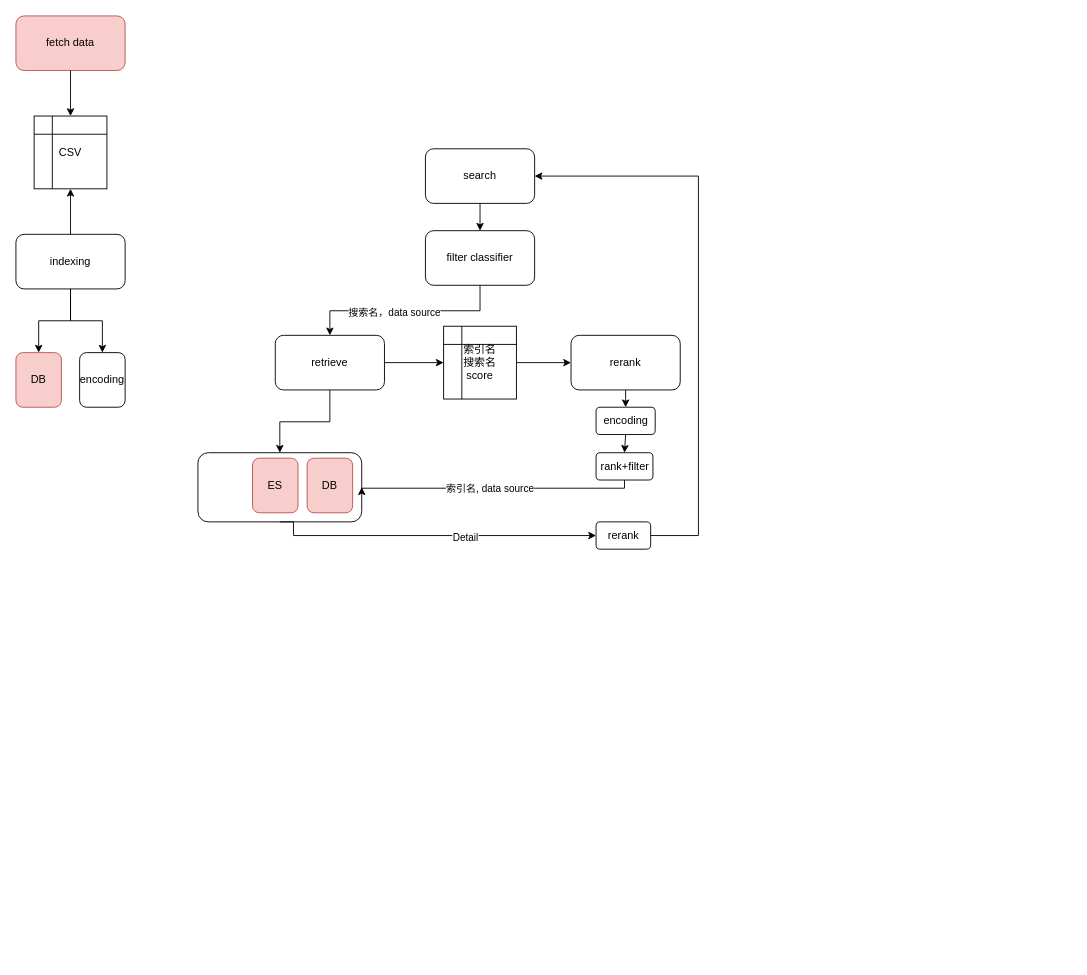
Before: page "Page-1" (1 of 5) of 对码架构.drawio in XiaoLiuAI/diagrams, a draw.io diagram. Source tidied: cells renumbered, new cells numbered last; positions are measured from the earlier drawing's top-left corner, leaving out a move shared by most shapes. Both pictures are drawn from the tidied source at 91%, with x=0, y=0 at pixel (15, 15).
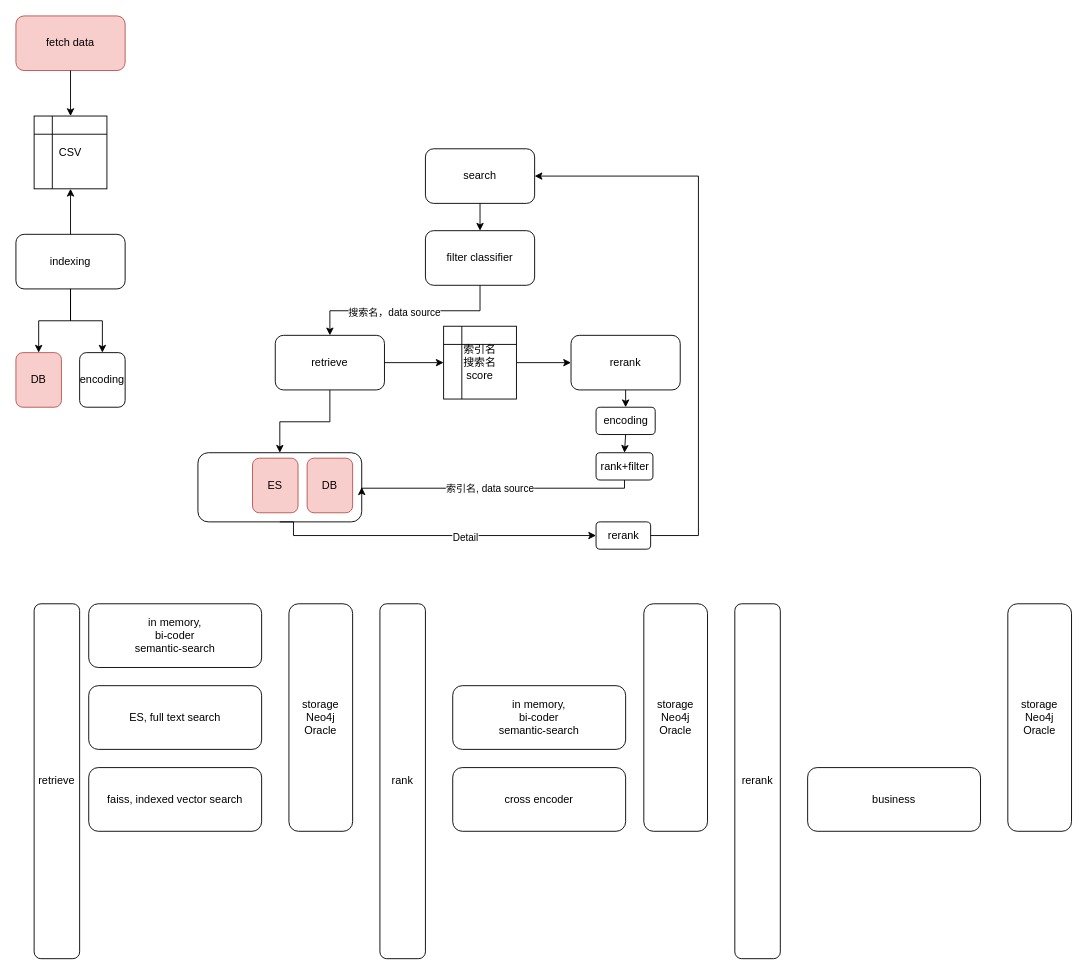
The same page after the edit.

Change to the diagram source:
```diff
@@
+    <mxCell id="35" value="retrieve" style="rounded=1;whiteSpace=wrap;html=1;" parent="1" vertex="1">
+      <mxGeometry x="20" y="646" width="50" height="390" as="geometry" />
+    </mxCell>
+    <mxCell id="36" value="rank" style="rounded=1;whiteSpace=wrap;html=1;" parent="1" vertex="1">
+      <mxGeometry x="400" y="646" width="50" height="390" as="geometry" />
+    </mxCell>
+    <mxCell id="37" value="rerank" style="rounded=1;whiteSpace=wrap;html=1;" parent="1" vertex="1">
+      <mxGeometry x="790" y="646" width="50" height="390" as="geometry" />
+    </mxCell>
+    <mxCell id="38" value="in memory,&lt;br&gt;bi-coder&lt;br&gt;semantic-search" style="rounded=1;whiteSpace=wrap;html=1;" parent="1" vertex="1">
+      <mxGeometry x="80" y="646" width="190" height="70" as="geometry" />
+    </mxCell>
+    <mxCell id="39" value="ES, full text search" style="rounded=1;whiteSpace=wrap;html=1;" parent="1" vertex="1">
+      <mxGeometry x="80" y="736" width="190" height="70" as="geometry" />
+    </mxCell>
+    <mxCell id="40" value="faiss, indexed vector search" style="rounded=1;whiteSpace=wrap;html=1;" parent="1" vertex="1">
+      <mxGeometry x="80" y="826" width="190" height="70" as="geometry" />
+    </mxCell>
+    <mxCell id="41" value="in memory,&lt;br&gt;bi-coder&lt;br&gt;semantic-search" style="rounded=1;whiteSpace=wrap;html=1;" parent="1" vertex="1">
+      <mxGeometry x="480" y="736" width="190" height="70" as="geometry" />
+    </mxCell>
+    <mxCell id="42" value="cross encoder" style="rounded=1;whiteSpace=wrap;html=1;" parent="1" vertex="1">
+      <mxGeometry x="480" y="826" width="190" height="70" as="geometry" />
+    </mxCell>
+    <mxCell id="43" value="business" style="rounded=1;whiteSpace=wrap;html=1;" parent="1" vertex="1">
+      <mxGeometry x="870" y="826" width="190" height="70" as="geometry" />
+    </mxCell>
+    <mxCell id="44" value="storage&lt;br&gt;Neo4j&lt;br&gt;Oracle" style="rounded=1;whiteSpace=wrap;html=1;" parent="1" vertex="1">
+      <mxGeometry x="300" y="646" width="70" height="250" as="geometry" />
+    </mxCell>
+    <mxCell id="45" value="storage&lt;br&gt;Neo4j&lt;br&gt;Oracle" style="rounded=1;whiteSpace=wrap;html=1;" parent="1" vertex="1">
+      <mxGeometry x="690" y="646" width="70" height="250" as="geometry" />
+    </mxCell>
+    <mxCell id="46" value="storage&lt;br&gt;Neo4j&lt;br&gt;Oracle" style="rounded=1;whiteSpace=wrap;html=1;" parent="1" vertex="1">
+      <mxGeometry x="1090" y="646" width="70" height="250" as="geometry" />
+    </mxCell>
```
